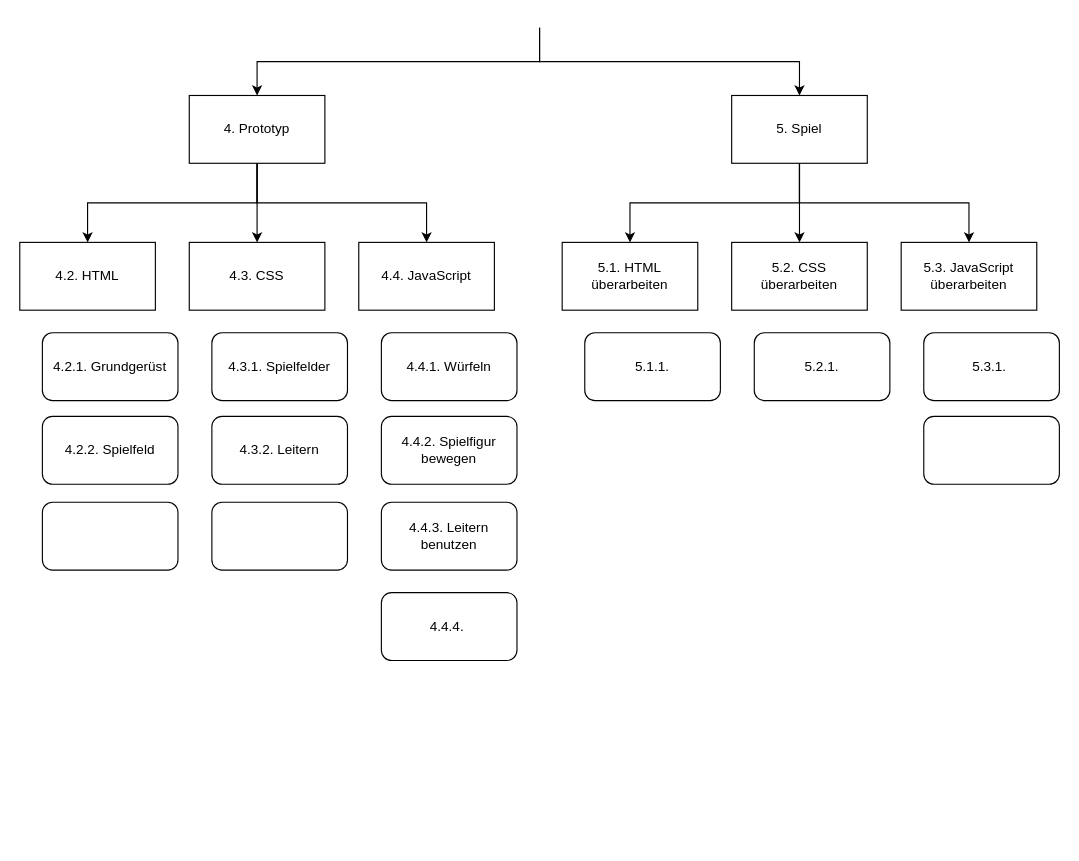
This is Promg/PSP_ergaenzung.drawio from anna-staub/leiterlispiel, a draw.io file, before an edit. Source tidied: cells renumbered, new cells numbered last; positions are measured from the earlier drawing's top-left corner, leaving out a move shared by most shapes. Both pictures are drawn from the tidied source at 113%, with x=0, y=0 at pixel (19, 27).
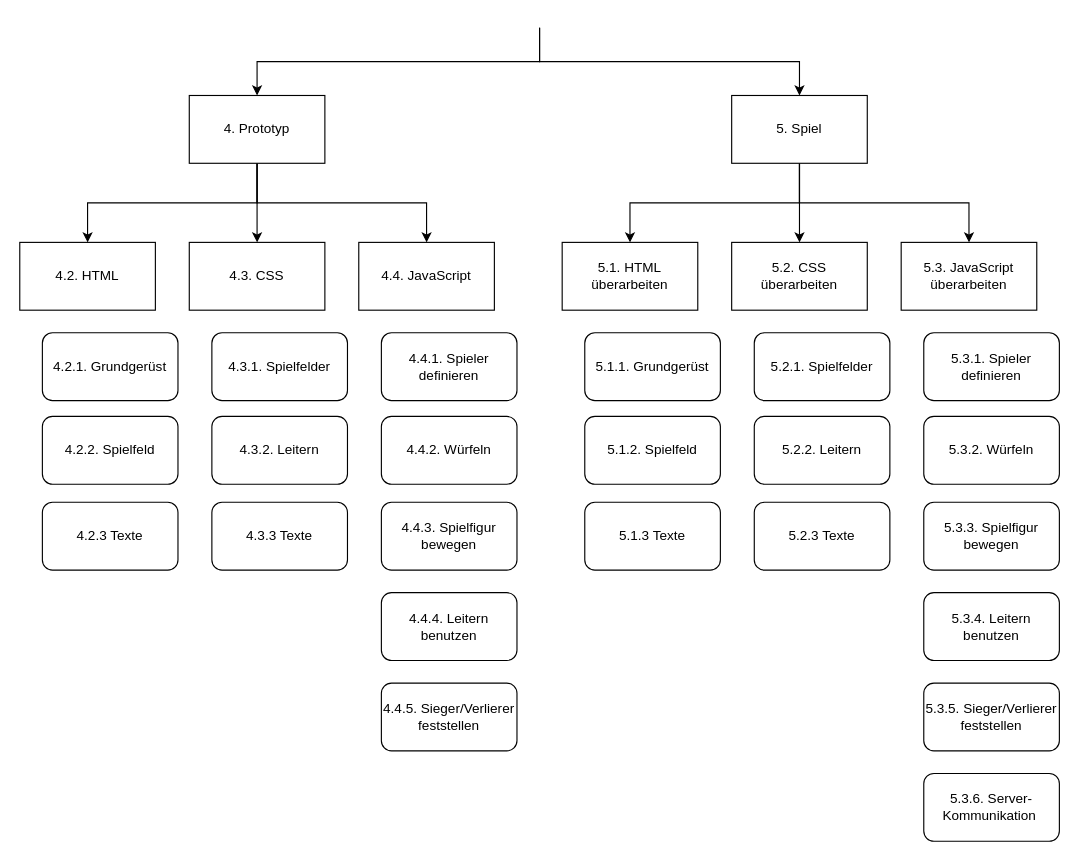
Above is the later version.

Commit message:
PSP Ergänzung erweitern

Change to the diagram source:
```diff
@@
-    <mxCell id="21" style="rounded=1;whiteSpace=wrap;html=1;" parent="1" vertex="1">
+    <mxCell id="21" value="4.2.3 Texte" style="rounded=1;whiteSpace=wrap;html=1;" parent="1" vertex="1">
       <mxGeometry x="20" y="420" width="120" height="60" as="geometry" />
     </mxCell>
@@
-    <mxCell id="23" value="4.4.1. Würfeln" style="rounded=1;whiteSpace=wrap;html=1;" parent="1" vertex="1">
+    <mxCell id="23" value="4.4.1. Spieler definieren" style="rounded=1;whiteSpace=wrap;html=1;" parent="1" vertex="1">
       <mxGeometry x="320" y="270" width="120" height="60" as="geometry" />
     </mxCell>
-    <mxCell id="24" value="4.4.2. Spielfigur bewegen" style="rounded=1;whiteSpace=wrap;html=1;" parent="1" vertex="1">
+    <mxCell id="24" value="4.4.2. Würfeln" style="rounded=1;whiteSpace=wrap;html=1;" parent="1" vertex="1">
       <mxGeometry x="320" y="344" width="120" height="60" as="geometry" />
     </mxCell>
-    <mxCell id="25" value="5.1.1." style="rounded=1;whiteSpace=wrap;html=1;" parent="1" vertex="1">
+    <mxCell id="25" value="5.1.1. Grundgerüst" style="rounded=1;whiteSpace=wrap;html=1;" parent="1" vertex="1">
       <mxGeometry x="500" y="270" width="120" height="60" as="geometry" />
     </mxCell>
-    <mxCell id="26" value="5.2.1." style="rounded=1;whiteSpace=wrap;html=1;" parent="1" vertex="1">
+    <mxCell id="26" value="5.2.1. Spielfelder" style="rounded=1;whiteSpace=wrap;html=1;" parent="1" vertex="1">
       <mxGeometry x="650" y="270" width="120" height="60" as="geometry" />
     </mxCell>
-    <mxCell id="27" style="rounded=1;whiteSpace=wrap;html=1;" parent="1" vertex="1">
+    <mxCell id="27" value="4.3.3 Texte" style="rounded=1;whiteSpace=wrap;html=1;" parent="1" vertex="1">
       <mxGeometry x="170" y="420" width="120" height="60" as="geometry" />
     </mxCell>
-    <mxCell id="28" value="4.4.3. Leitern benutzen" style="rounded=1;whiteSpace=wrap;html=1;" parent="1" vertex="1">
+    <mxCell id="28" value="4.4.3. Spielfigur bewegen" style="rounded=1;whiteSpace=wrap;html=1;" parent="1" vertex="1">
       <mxGeometry x="320" y="420" width="120" height="60" as="geometry" />
     </mxCell>
-    <mxCell id="29" value="4.4.4.&amp;nbsp;" style="rounded=1;whiteSpace=wrap;html=1;" parent="1" vertex="1">
+    <mxCell id="29" value="4.4.4. Leitern benutzen" style="rounded=1;whiteSpace=wrap;html=1;" parent="1" vertex="1">
       <mxGeometry x="320" y="500" width="120" height="60" as="geometry" />
     </mxCell>
-    <mxCell id="30" value="5.3.1.&amp;nbsp;" style="rounded=1;whiteSpace=wrap;html=1;" parent="1" vertex="1">
-      <mxGeometry x="800" y="270" width="120" height="60" as="geometry" />
+    <mxCell id="30" value="5.3.6. Server-Kommunikation&amp;nbsp;" style="rounded=1;whiteSpace=wrap;html=1;" parent="1" vertex="1">
+      <mxGeometry x="800" y="660" width="120" height="60" as="geometry" />
     </mxCell>
-    <mxCell id="31" style="rounded=1;whiteSpace=wrap;html=1;" parent="1" vertex="1">
-      <mxGeometry x="800" y="344" width="120" height="60" as="geometry" />
-    </mxCell>
+    <mxCell id="32" value="4.4.5. Sieger/Verlierer feststellen" style="rounded=1;whiteSpace=wrap;html=1;" parent="1" vertex="1">
+      <mxGeometry x="320" y="580" width="120" height="60" as="geometry" />
+    </mxCell>
+    <mxCell id="33" value="5.1.2. Spielfeld" style="rounded=1;whiteSpace=wrap;html=1;" parent="1" vertex="1">
+      <mxGeometry x="500" y="344" width="120" height="60" as="geometry" />
+    </mxCell>
+    <mxCell id="34" value="5.1.3 Texte" style="rounded=1;whiteSpace=wrap;html=1;" parent="1" vertex="1">
+      <mxGeometry x="500" y="420" width="120" height="60" as="geometry" />
+    </mxCell>
+    <mxCell id="35" value="5.2.2. Leitern" style="rounded=1;whiteSpace=wrap;html=1;" parent="1" vertex="1">
+      <mxGeometry x="650" y="344" width="120" height="60" as="geometry" />
+    </mxCell>
+    <mxCell id="36" value="5.3.1. Spieler definieren" style="rounded=1;whiteSpace=wrap;html=1;" parent="1" vertex="1">
+      <mxGeometry x="800" y="270" width="120" height="60" as="geometry" />
+    </mxCell>
+    <mxCell id="37" value="5.3.2. Würfeln" style="rounded=1;whiteSpace=wrap;html=1;" parent="1" vertex="1">
+      <mxGeometry x="800" y="344" width="120" height="60" as="geometry" />
+    </mxCell>
+    <mxCell id="38" value="5.3.3. Spielfigur bewegen" style="rounded=1;whiteSpace=wrap;html=1;" parent="1" vertex="1">
+      <mxGeometry x="800" y="420" width="120" height="60" as="geometry" />
+    </mxCell>
+    <mxCell id="39" value="5.3.4. Leitern benutzen" style="rounded=1;whiteSpace=wrap;html=1;" parent="1" vertex="1">
+      <mxGeometry x="800" y="500" width="120" height="60" as="geometry" />
+    </mxCell>
+    <mxCell id="40" value="5.3.5. Sieger/Verlierer feststellen" style="rounded=1;whiteSpace=wrap;html=1;" parent="1" vertex="1">
+      <mxGeometry x="800" y="580" width="120" height="60" as="geometry" />
+    </mxCell>
+    <mxCell id="41" value="5.2.3 Texte" style="rounded=1;whiteSpace=wrap;html=1;" parent="1" vertex="1">
+      <mxGeometry x="650" y="420" width="120" height="60" as="geometry" />
+    </mxCell>
```
